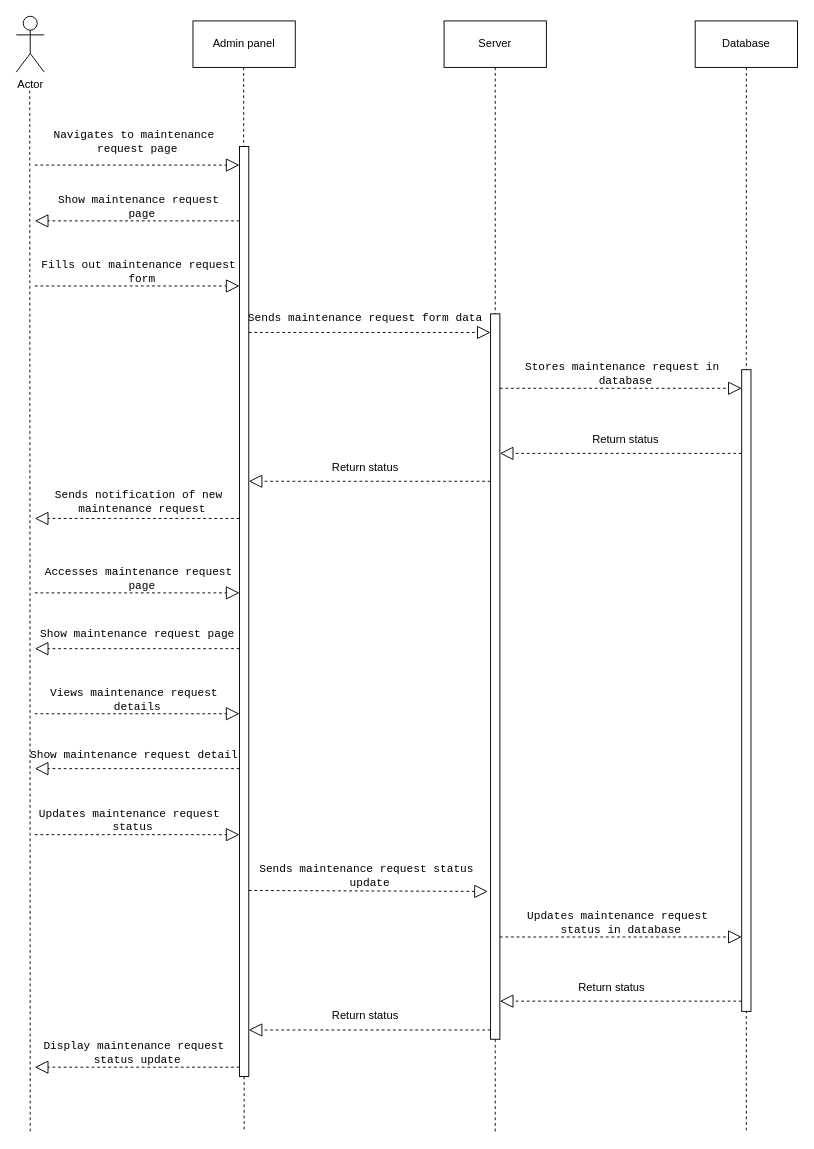
CodeSithum/sequencediagram keeps this draw.io diagram as maintenence Diagram.drawio. Above is the earlier version. Source tidied: cells renumbered, new cells numbered last; positions are measured from the earlier drawing's top-left corner, leaving out a move shared by most shapes. Both pictures are drawn from the tidied source at 93%, with x=0, y=0 at pixel (16, 16).
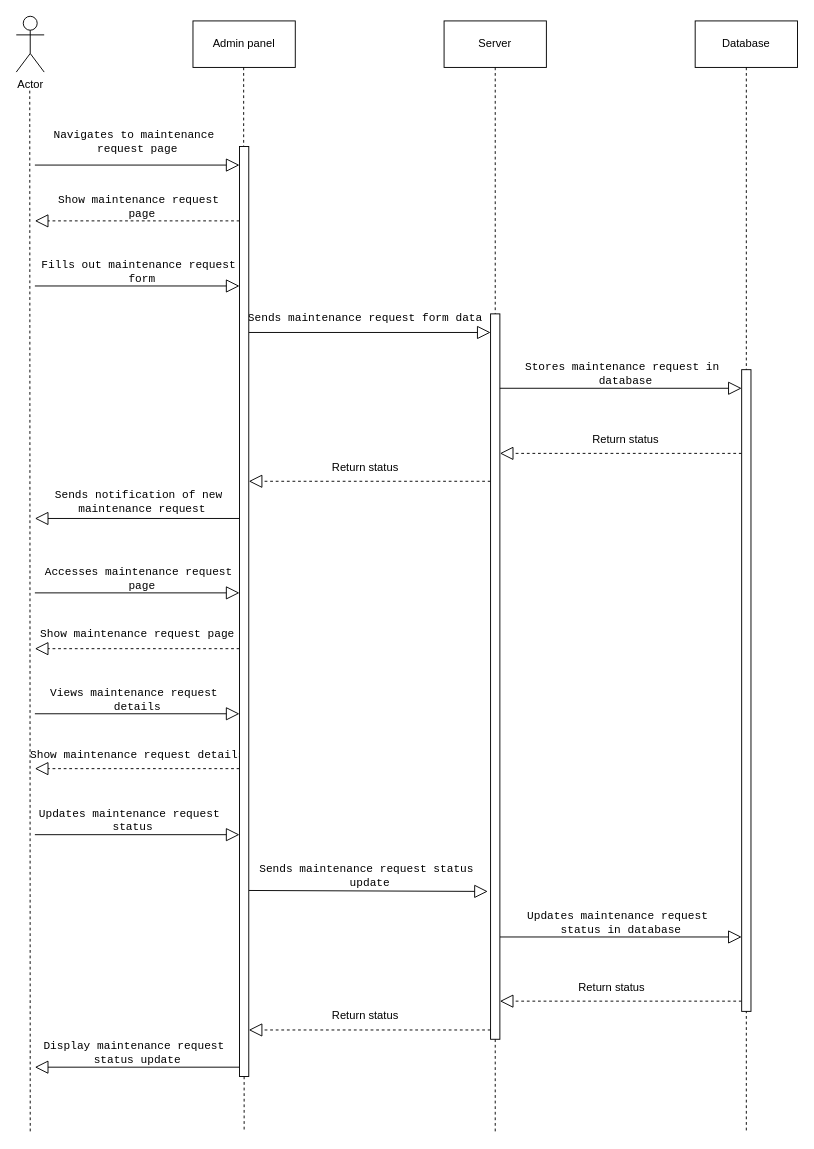
The same page after the edit.

Unchanged cells that the change refers to:
```xml
<mxCell id="13" value="&lt;pre&gt;&lt;code class=&quot;!whitespace-pre hljs language-makefile&quot;&gt;Sends maintenance request form data&lt;/code&gt;&lt;/pre&gt;" style="text;html=1;align=center;verticalAlign=middle;points=[];strokeColor=none;fillColor=none;" parent="1" vertex="1">
  <mxGeometry x="240" y="300" width="270" height="50" as="geometry" />
</mxCell>
<mxCell id="23" value="&lt;pre&gt;&lt;code class=&quot;!whitespace-pre hljs language-makefile&quot;&gt;Sends maintenance request status &lt;br&gt;update&lt;/code&gt;&lt;/pre&gt;" style="text;html=1;align=center;verticalAlign=middle;points=[];strokeColor=none;fillColor=none;" parent="1" vertex="1">
  <mxGeometry x="255" y="890" width="250" height="70" as="geometry" />
</mxCell>
<mxCell id="51" style="html=1;points=[];perimeter=orthogonalPerimeter;outlineConnect=0;targetShapes=umlLifeline;portConstraint=eastwest;newEdgeStyle={&quot;edgeStyle&quot;:&quot;elbowEdgeStyle&quot;,&quot;elbow&quot;:&quot;vertical&quot;,&quot;curved&quot;:0,&quot;rounded&quot;:0};" parent="1" vertex="1">
  <mxGeometry x="780" y="380" width="10" height="690" as="geometry" />
</mxCell>
```

Diff of the diagram source:
```diff
@@
-    <mxCell id="28" style="endArrow=block;dashed=1;endFill=0;endSize=12;html=1;rounded=0;" parent="1" edge="1">
+    <mxCell id="28" style="endArrow=block;endFill=0;endSize=12;html=1;rounded=0;" parent="1" edge="1">
       <mxGeometry relative="1" as="geometry">
         <mxPoint x="20" y="160" as="sourcePoint" />
         <mxPoint x="240" y="160" as="targetPoint" />
       </mxGeometry>
     </mxCell>
@@
-    <mxCell id="30" style="endArrow=block;dashed=1;endFill=0;endSize=12;html=1;rounded=0;" parent="1" edge="1">
+    <mxCell id="30" style="endArrow=block;endFill=0;endSize=12;html=1;rounded=0;" parent="1" edge="1">
       <mxGeometry relative="1" as="geometry">
         <mxPoint x="20" y="290" as="sourcePoint" />
         <mxPoint x="240" y="290" as="targetPoint" />
       </mxGeometry>
     </mxCell>
-    <mxCell id="31" style="endArrow=block;dashed=1;endFill=0;endSize=12;html=1;rounded=0;entryX=1;entryY=0.8;entryDx=0;entryDy=0;entryPerimeter=0;" parent="1" edge="1" target="13">
+    <mxCell id="31" style="endArrow=block;endFill=0;endSize=12;html=1;rounded=0;entryX=1;entryY=0.8;entryDx=0;entryDy=0;entryPerimeter=0;" parent="1" edge="1" target="13">
       <mxGeometry relative="1" as="geometry">
         <mxPoint x="250" y="340" as="sourcePoint" />
       </mxGeometry>
     </mxCell>
@@
-    <mxCell id="35" style="endArrow=block;dashed=1;endFill=0;endSize=12;html=1;rounded=0;" parent="1" edge="1">
+    <mxCell id="35" style="endArrow=block;endFill=0;endSize=12;html=1;rounded=0;" parent="1" edge="1">
       <mxGeometry relative="1" as="geometry">
         <mxPoint x="240" y="540" as="sourcePoint" />
         <mxPoint x="20" y="540" as="targetPoint" />
       </mxGeometry>
     </mxCell>
-    <mxCell id="36" style="endArrow=block;dashed=1;endFill=0;endSize=12;html=1;rounded=0;" parent="1" edge="1">
+    <mxCell id="36" style="endArrow=block;endFill=0;endSize=12;html=1;rounded=0;" parent="1" edge="1">
       <mxGeometry relative="1" as="geometry">
         <mxPoint x="20" y="620" as="sourcePoint" />
         <mxPoint x="240" y="620" as="targetPoint" />
       </mxGeometry>
     </mxCell>
@@
-    <mxCell id="38" style="endArrow=block;dashed=1;endFill=0;endSize=12;html=1;rounded=0;" parent="1" edge="1">
+    <mxCell id="38" style="endArrow=block;endFill=0;endSize=12;html=1;rounded=0;" parent="1" edge="1">
       <mxGeometry relative="1" as="geometry">
         <mxPoint x="20" y="750" as="sourcePoint" />
         <mxPoint x="240" y="750" as="targetPoint" />
       </mxGeometry>
     </mxCell>
@@
-    <mxCell id="40" style="endArrow=block;dashed=1;endFill=0;endSize=12;html=1;rounded=0;" parent="1" edge="1">
+    <mxCell id="40" style="endArrow=block;endFill=0;endSize=12;html=1;rounded=0;" parent="1" edge="1">
       <mxGeometry relative="1" as="geometry">
         <mxPoint x="20" y="880" as="sourcePoint" />
         <mxPoint x="240" y="880" as="targetPoint" />
       </mxGeometry>
     </mxCell>
-    <mxCell id="41" style="endArrow=block;dashed=1;endFill=0;endSize=12;html=1;rounded=0;entryX=1.008;entryY=0.729;entryDx=0;entryDy=0;entryPerimeter=0;" parent="1" edge="1" target="23">
+    <mxCell id="41" style="endArrow=block;endFill=0;endSize=12;html=1;rounded=0;entryX=1.008;entryY=0.729;entryDx=0;entryDy=0;entryPerimeter=0;" parent="1" edge="1" target="23">
       <mxGeometry relative="1" as="geometry">
         <mxPoint x="250" y="940" as="sourcePoint" />
       </mxGeometry>
     </mxCell>
-    <mxCell id="42" style="endArrow=block;dashed=1;endFill=0;endSize=12;html=1;rounded=0;" parent="1" edge="1">
+    <mxCell id="42" style="endArrow=block;endFill=0;endSize=12;html=1;rounded=0;" parent="1" edge="1">
       <mxGeometry relative="1" as="geometry">
         <mxPoint x="520" y="990" as="sourcePoint" />
         <mxPoint x="780" y="990" as="targetPoint" />
       </mxGeometry>
     </mxCell>
@@
-    <mxCell id="45" style="endArrow=block;dashed=1;endFill=0;endSize=12;html=1;rounded=0;" parent="1" edge="1">
+    <mxCell id="45" style="endArrow=block;endFill=0;endSize=12;html=1;rounded=0;" parent="1" edge="1">
       <mxGeometry relative="1" as="geometry">
         <mxPoint x="240" y="1130" as="sourcePoint" />
         <mxPoint x="20" y="1130" as="targetPoint" />
       </mxGeometry>
     </mxCell>
@@
-    <mxCell id="50" style="endArrow=block;dashed=1;endFill=0;endSize=12;html=1;rounded=0;" parent="1" edge="1" target="51">
+    <mxCell id="50" style="endArrow=block;endFill=0;endSize=12;html=1;rounded=0;" parent="1" edge="1" target="51">
       <mxGeometry relative="1" as="geometry">
         <mxPoint x="520" y="400" as="sourcePoint" />
       </mxGeometry>
     </mxCell>
```
